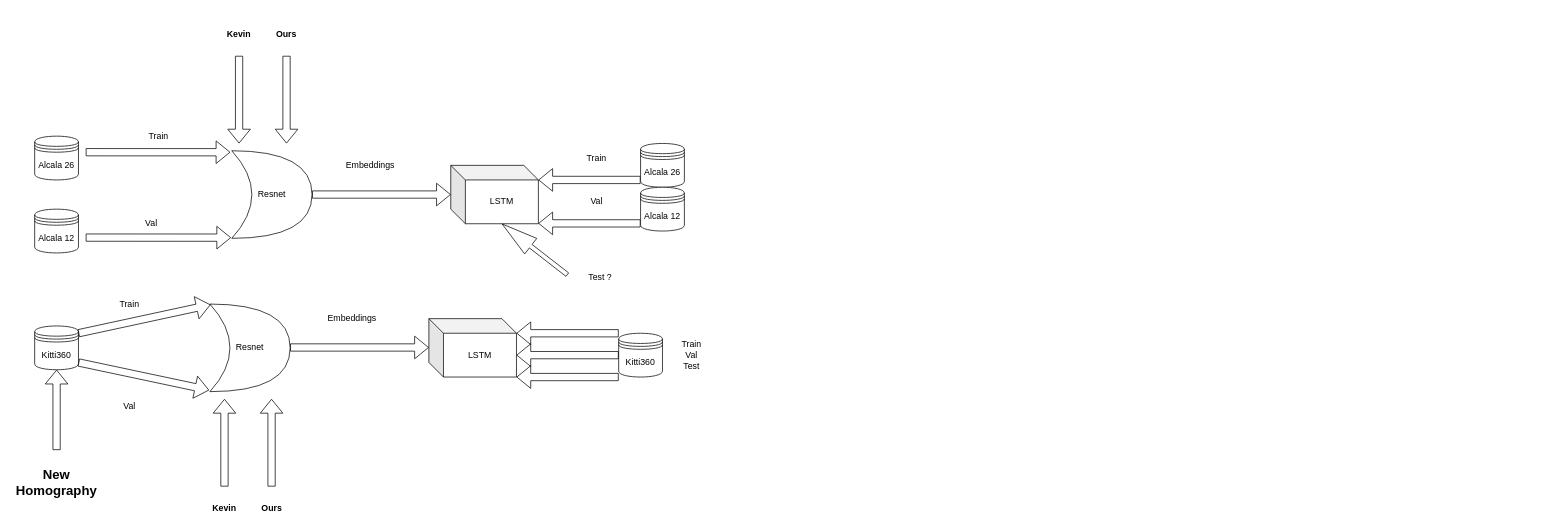
Earlier version of the draw.io diagram wiki/lstm_diagram.drawio (invett/nn.based.intersection.classficator). Source tidied: cells renumbered, new cells numbered last; positions are measured from the earlier drawing's top-left corner, leaving out a move shared by most shapes. Both pictures are drawn from the tidied source at 73%, with x=0, y=0 at pixel (12, 26).
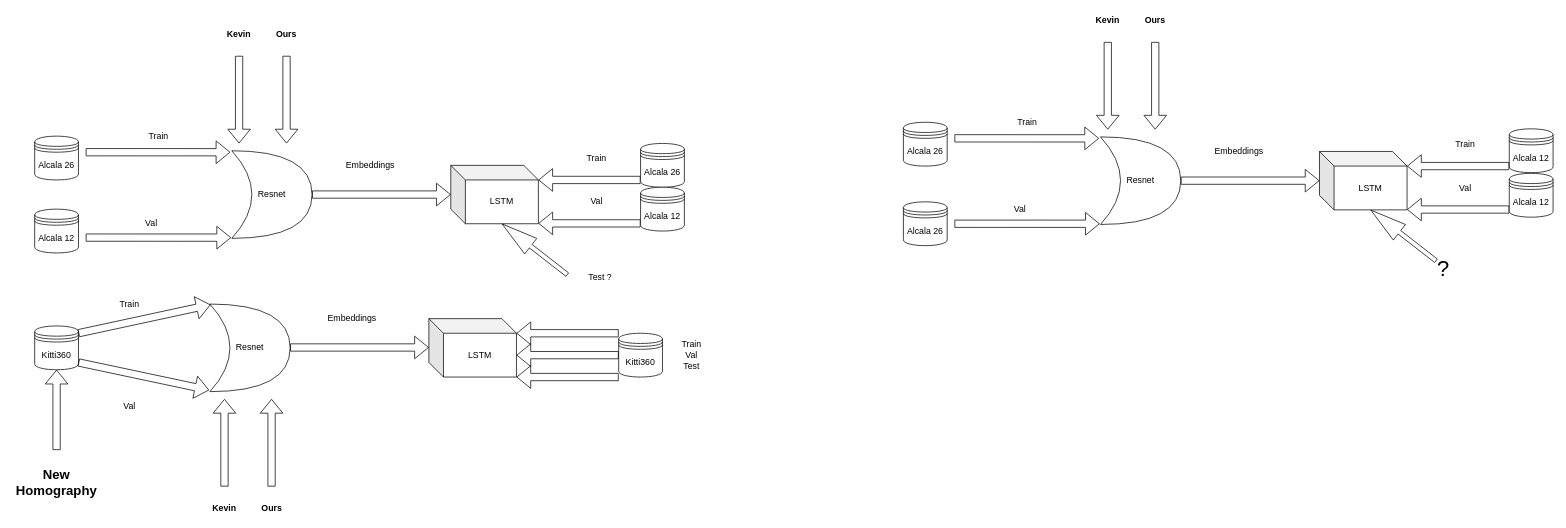
The same diagram, later.

What changed in the source:
```diff
@@
+    <mxCell id="44" value="LSTM" style="shape=cube;whiteSpace=wrap;html=1;boundedLbl=1;backgroundOutline=1;darkOpacity=0.05;darkOpacity2=0.1;" parent="1" vertex="1">
+      <mxGeometry x="1790" y="171" width="120" height="80" as="geometry" />
+    </mxCell>
+    <mxCell id="45" value="Alcala 26" style="shape=datastore;whiteSpace=wrap;html=1;" parent="1" vertex="1">
+      <mxGeometry x="1220" y="131" width="60" height="60" as="geometry" />
+    </mxCell>
+    <mxCell id="46" value="Alcala 12" style="shape=datastore;whiteSpace=wrap;html=1;" parent="1" vertex="1">
+      <mxGeometry x="2050" y="140" width="60" height="60" as="geometry" />
+    </mxCell>
+    <mxCell id="47" value="Resnet" style="shape=xor;whiteSpace=wrap;html=1;" parent="1" vertex="1">
+      <mxGeometry x="1490" y="151" width="110" height="120" as="geometry" />
+    </mxCell>
+    <mxCell id="48" style="shape=flexArrow;endArrow=classic;html=1;entryX=-0.018;entryY=0.017;entryDx=0;entryDy=0;entryPerimeter=0;" parent="1" edge="1" target="47">
+      <mxGeometry relative="1" as="geometry">
+        <mxPoint x="1290" y="153" as="sourcePoint" />
+      </mxGeometry>
+    </mxCell>
+    <mxCell id="49" value="Train" style="text;html=1;strokeColor=none;fillColor=none;align=center;verticalAlign=middle;whiteSpace=wrap;rounded=0;" parent="1" vertex="1">
+      <mxGeometry x="1370" y="121" width="40" height="20" as="geometry" />
+    </mxCell>
+    <mxCell id="50" style="shape=flexArrow;endArrow=classic;html=1;entryX=-0.009;entryY=0.992;entryDx=0;entryDy=0;entryPerimeter=0;" parent="1" edge="1" target="47">
+      <mxGeometry relative="1" as="geometry">
+        <mxPoint x="1290" y="270" as="sourcePoint" />
+      </mxGeometry>
+    </mxCell>
+    <mxCell id="51" value="Val" style="text;html=1;strokeColor=none;fillColor=none;align=center;verticalAlign=middle;whiteSpace=wrap;rounded=0;" parent="1" vertex="1">
+      <mxGeometry x="1360" y="241" width="40" height="20" as="geometry" />
+    </mxCell>
+    <mxCell id="52" style="shape=flexArrow;endArrow=classic;html=1;exitX=1;exitY=0.5;exitDx=0;exitDy=0;exitPerimeter=0;" parent="1" edge="1" source="47" target="44">
+      <mxGeometry relative="1" as="geometry" />
+    </mxCell>
+    <mxCell id="53" value="Embeddings" style="text;html=1;strokeColor=none;fillColor=none;align=center;verticalAlign=middle;whiteSpace=wrap;rounded=0;" parent="1" vertex="1">
+      <mxGeometry x="1635" y="161" width="90" height="20" as="geometry" />
+    </mxCell>
+    <mxCell id="54" style="shape=flexArrow;endArrow=classic;html=1;" parent="1" edge="1">
+      <mxGeometry relative="1" as="geometry">
+        <mxPoint x="2050" y="191" as="sourcePoint" />
+        <mxPoint x="1910" y="191" as="targetPoint" />
+      </mxGeometry>
+    </mxCell>
+    <mxCell id="55" style="shape=flexArrow;endArrow=classic;html=1;" parent="1" edge="1">
+      <mxGeometry relative="1" as="geometry">
+        <mxPoint x="2050" y="250.5" as="sourcePoint" />
+        <mxPoint x="1910" y="250.5" as="targetPoint" />
+      </mxGeometry>
+    </mxCell>
+    <mxCell id="56" style="shape=flexArrow;endArrow=classic;html=1;entryX=0;entryY=0;entryDx=70;entryDy=80;entryPerimeter=0;width=6;endSize=16.18;" parent="1" edge="1" target="44">
+      <mxGeometry relative="1" as="geometry">
+        <mxPoint x="1950" y="321" as="sourcePoint" />
+      </mxGeometry>
+    </mxCell>
+    <mxCell id="57" value="Alcala 12" style="shape=datastore;whiteSpace=wrap;html=1;" parent="1" vertex="1">
+      <mxGeometry x="2050" y="201" width="60" height="60" as="geometry" />
+    </mxCell>
+    <mxCell id="58" value="Train" style="text;html=1;strokeColor=none;fillColor=none;align=center;verticalAlign=middle;whiteSpace=wrap;rounded=0;" parent="1" vertex="1">
+      <mxGeometry x="1970" y="151" width="40" height="20" as="geometry" />
+    </mxCell>
+    <mxCell id="59" value="Val" style="text;html=1;strokeColor=none;fillColor=none;align=center;verticalAlign=middle;whiteSpace=wrap;rounded=0;" parent="1" vertex="1">
+      <mxGeometry x="1970" y="211" width="40" height="20" as="geometry" />
+    </mxCell>
+    <mxCell id="60" style="shape=flexArrow;endArrow=classic;html=1;" parent="1" edge="1">
+      <mxGeometry relative="1" as="geometry">
+        <mxPoint x="1500" y="21" as="sourcePoint" />
+        <mxPoint x="1500" y="141" as="targetPoint" />
+      </mxGeometry>
+    </mxCell>
+    <mxCell id="61" style="shape=flexArrow;endArrow=classic;html=1;" parent="1" edge="1">
+      <mxGeometry relative="1" as="geometry">
+        <mxPoint x="1565" y="21" as="sourcePoint" />
+        <mxPoint x="1565" y="141" as="targetPoint" />
+      </mxGeometry>
+    </mxCell>
+    <mxCell id="62" value="&lt;b&gt;Kevin&lt;/b&gt;" style="text;html=1;strokeColor=none;fillColor=none;align=center;verticalAlign=middle;whiteSpace=wrap;rounded=0;" parent="1" vertex="1">
+      <mxGeometry x="1480" y="-19" width="40" height="20" as="geometry" />
+    </mxCell>
+    <mxCell id="63" value="&lt;b&gt;Ours&lt;/b&gt;" style="text;html=1;strokeColor=none;fillColor=none;align=center;verticalAlign=middle;whiteSpace=wrap;rounded=0;" parent="1" vertex="1">
+      <mxGeometry x="1545" y="-19" width="40" height="20" as="geometry" />
+    </mxCell>
+    <mxCell id="64" value="Alcala 26" style="shape=datastore;whiteSpace=wrap;html=1;" parent="1" vertex="1">
+      <mxGeometry x="1220" y="240" width="60" height="60" as="geometry" />
+    </mxCell>
+    <mxCell id="65" value="&lt;font style=&quot;font-size: 30px&quot;&gt;?&lt;/font&gt;" style="text;html=1;strokeColor=none;fillColor=none;align=center;verticalAlign=middle;whiteSpace=wrap;rounded=0;strokeWidth=8;" parent="1" vertex="1">
+      <mxGeometry x="1940" y="321" width="40" height="20" as="geometry" />
+    </mxCell>
```
